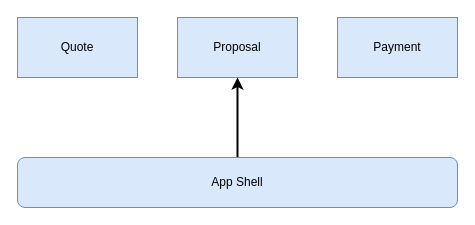
vnshtiwari/root-config keeps this draw.io diagram as page "Page-3" (3 of 7) of src/Untitled Diagram.drawio. Above is the earlier version. Source tidied: cells renumbered, new cells numbered last; positions are measured from the earlier drawing's top-left corner, leaving out a move shared by most shapes. Both pictures are drawn from the tidied source at 100%, with x=0, y=0 at pixel (17, 17).
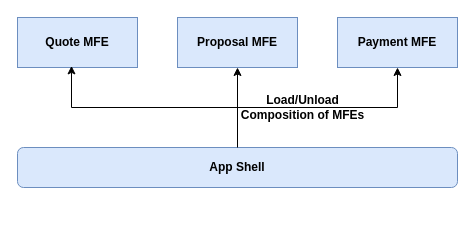
The same diagram, later.

What changed in the source:
```diff
@@
 <mxGraphModel>
   <root>
     <mxCell id="0" />
     <mxCell id="1" parent="0" />
+    <mxCell id="7" style="edgeStyle=orthogonalEdgeStyle;rounded=0;jettySize=auto;html=1;entryX=0.5;entryY=1;entryDx=0;entryDy=0;strokeWidth=1;" parent="1" edge="1" source="3" target="6">
+      <mxGeometry relative="1" as="geometry" />
+    </mxCell>
-    <mxCell id="2" style="edgeStyle=orthogonalEdgeStyle;rounded=0;jettySize=auto;html=1;entryX=0.5;entryY=1;entryDx=0;entryDy=0;strokeWidth=2;" parent="1" edge="1" source="3" target="5">
+    <mxCell id="2" style="edgeStyle=orthogonalEdgeStyle;rounded=0;jettySize=auto;html=1;entryX=0.5;entryY=1;entryDx=0;entryDy=0;strokeWidth=1;" parent="1" edge="1" source="3" target="5">
       <mxGeometry relative="1" as="geometry" />
     </mxCell>
-    <mxCell id="3" value="App Shell" style="rounded=1;whiteSpace=wrap;html=1;fillColor=#dae8fc;strokeColor=#6c8ebf;" parent="1" vertex="1">
-      <mxGeometry y="140" width="440" height="50" as="geometry" />
+    <mxCell id="3" value="&lt;b&gt;App Shell&lt;/b&gt;" style="rounded=1;whiteSpace=wrap;html=1;fillColor=#dae8fc;strokeColor=#6c8ebf;" parent="1" vertex="1">
+      <mxGeometry y="130" width="440" height="40" as="geometry" />
     </mxCell>
-    <mxCell id="4" value="Quote" style="rounded=0;whiteSpace=wrap;html=1;fillColor=#dae8fc;strokeColor=#6c8ebf;" parent="1" vertex="1">
-      <mxGeometry width="120" height="60" as="geometry" />
+    <mxCell id="4" value="&lt;b&gt;Quote MFE&lt;/b&gt;" style="rounded=0;whiteSpace=wrap;html=1;fillColor=#dae8fc;strokeColor=#6c8ebf;" parent="1" vertex="1">
+      <mxGeometry width="120" height="50" as="geometry" />
     </mxCell>
-    <mxCell id="5" value="Proposal" style="rounded=0;whiteSpace=wrap;html=1;fillColor=#dae8fc;strokeColor=#6c8ebf;" parent="1" vertex="1">
-      <mxGeometry x="160" width="120" height="60" as="geometry" />
+    <mxCell id="5" value="&lt;b&gt;Proposal MFE&lt;/b&gt;" style="rounded=0;whiteSpace=wrap;html=1;fillColor=#dae8fc;strokeColor=#6c8ebf;" parent="1" vertex="1">
+      <mxGeometry x="160" width="120" height="50" as="geometry" />
     </mxCell>
-    <mxCell id="6" value="Payment" style="rounded=0;whiteSpace=wrap;html=1;fillColor=#dae8fc;strokeColor=#6c8ebf;" parent="1" vertex="1">
-      <mxGeometry x="320" width="120" height="60" as="geometry" />
+    <mxCell id="6" value="&lt;b&gt;Payment MFE&lt;/b&gt;" style="rounded=0;whiteSpace=wrap;html=1;fillColor=#dae8fc;strokeColor=#6c8ebf;" parent="1" vertex="1">
+      <mxGeometry x="320" width="120" height="50" as="geometry" />
     </mxCell>
+    <mxCell id="8" value="&lt;b&gt;Load/Unload&lt;br&gt;Composition of MFEs&lt;/b&gt;" style="text;html=1;align=center;verticalAlign=middle;strokeColor=none;fillColor=none;" parent="1" vertex="1">
+      <mxGeometry x="210" y="70" width="150" height="40" as="geometry" />
+    </mxCell>
+    <mxCell id="9" style="edgeStyle=orthogonalEdgeStyle;rounded=0;jettySize=auto;html=1;entryX=0.45;entryY=0.968;entryDx=0;entryDy=0;entryPerimeter=0;strokeWidth=1;" parent="1" edge="1" source="3" target="4">
+      <mxGeometry relative="1" as="geometry" />
+    </mxCell>
   </root>
 </mxGraphModel>
```
